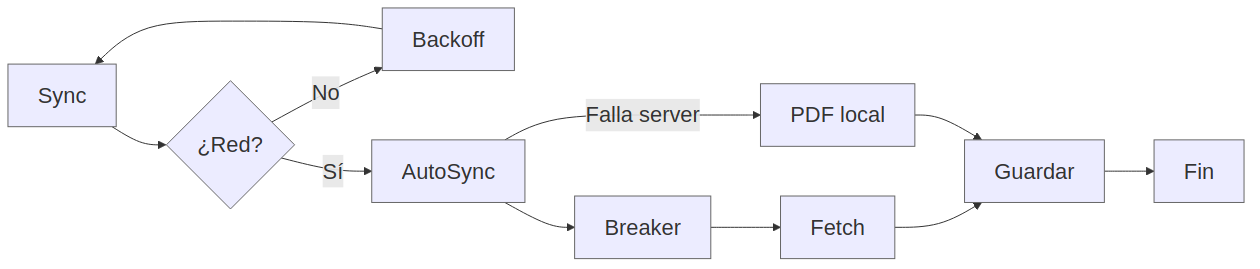
Before: images/diagrams/offline_first_sync.png, a diagram exported from Mermaid (smith-3/Taller-Grado-II). Its source is kept beside it as images/diagrams/offline_first_sync.mmd.
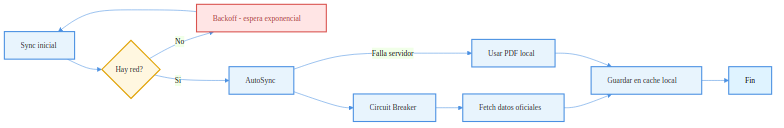
Later version of the same file.

What changed in the source:
```diff
@@ -1,11 +1,27 @@
+%%{init: {
+  "theme": "base",
+  "themeVariables": {
+    "fontFamily": "Arial, sans-serif",
+    "fontSize": "14px",
+    "lineColor": "#4A90E2"
+  }
+}}%%
 flowchart LR
-    S[Sync] --> N{¿Red?}
-    N -->|No| R[Backoff]
+    S[Sync inicial]:::step --> N{Hay red?}:::decision
+
+    N -- No --> R[Backoff - espera exponencial]:::error
     R --> S
-    N -->|Sí| A[AutoSync]
-    A --> CB[Breaker]
-    CB --> F[Fetch]
-    F --> P[Guardar]
-    P --> D[Fin]
-    A -->|Falla server| L[PDF local]
+
+    N -- Si --> A[AutoSync]:::step
+    A --> CB[Circuit Breaker]:::step
+    CB --> F[Fetch datos oficiales]:::step
+    F --> P[Guardar en cache local]:::step
+    P --> D[Fin]:::final
+
+    A -- Falla servidor --> L[Usar PDF local]:::step
     L --> P
+
+    classDef step fill:#E8F4FD,stroke:#4A90E2,stroke-width:2px,color:#333;
+    classDef decision fill:#FFF7E0,stroke:#E0A100,stroke-width:2px,color:#333;
+    classDef error fill:#FFE5E5,stroke:#D9534F,stroke-width:2px,color:#A94442;
+    classDef final fill:#DFF3FF,stroke:#4A90E2,stroke-width:2px,color:#000;
```
